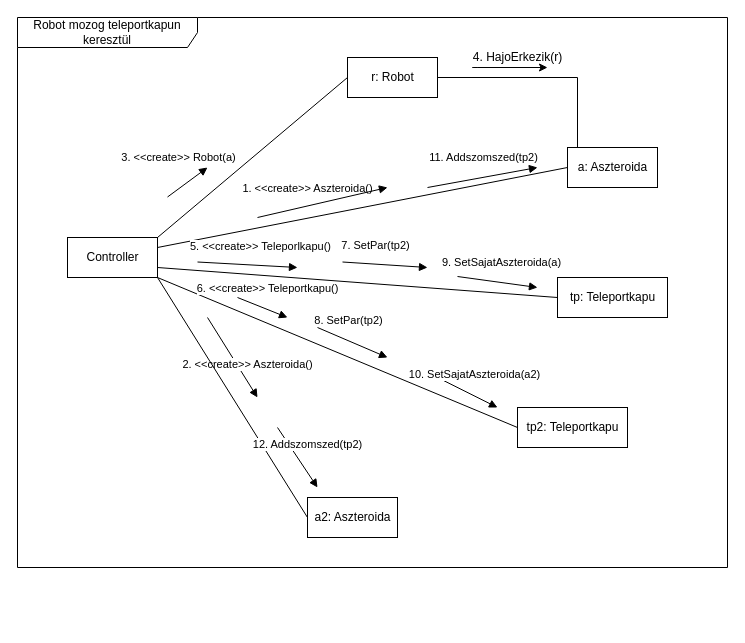
Earlier version of the draw.io diagram page "RobotTPMozgas" (2 of 3) of doc/kommunikacio/TeleportMozgas.drawio (torpeBoiGo/aszteroidabanyaszat). Source tidied: cells renumbered, new cells numbered last; positions are measured from the earlier drawing's top-left corner, leaving out a move shared by most shapes. Both pictures are drawn from the tidied source at 100%, with x=0, y=0 at pixel (17, 17).
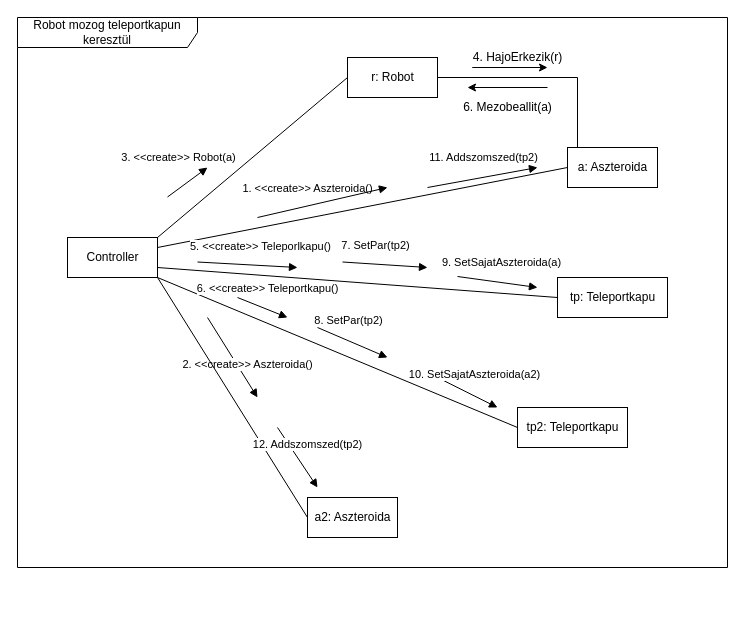
Above is the later version.

What changed in the source:
```diff
@@
+    <mxCell id="30" style="endArrow=classic;html=1;" parent="1" edge="1">
+      <mxGeometry relative="1" as="geometry">
+        <mxPoint x="530" y="70" as="sourcePoint" />
+        <mxPoint x="450" y="70" as="targetPoint" />
+      </mxGeometry>
+    </mxCell>
+    <mxCell id="31" value="6. Mezobeallit(a)" style="text;html=1;align=center;verticalAlign=middle;" parent="1" vertex="1">
+      <mxGeometry x="440" y="80" width="100" height="20" as="geometry" />
+    </mxCell>
```
